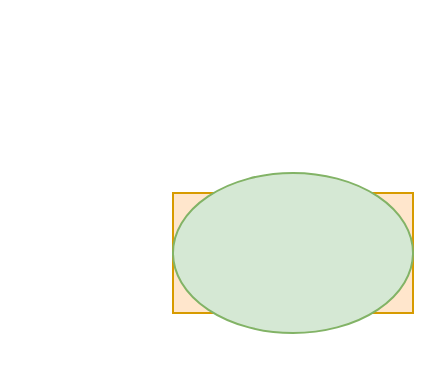
Before: FL安全.drawio in xsq13579/pic, a draw.io diagram. Source tidied: cells renumbered, new cells numbered last; positions are measured from the earlier drawing's top-left corner, leaving out a move shared by most shapes. Both pictures are drawn from the tidied source at 200%, with x=0, y=0 at pixel (172, 172).
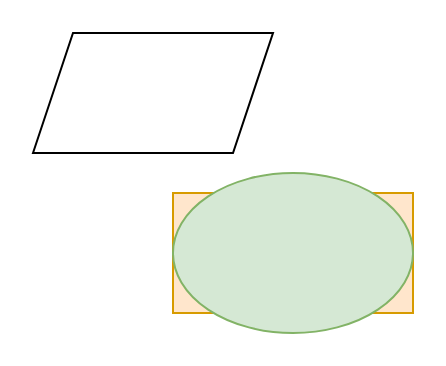
The same page after the edit.

The edit, as a diff of the source:
```diff
@@
 <mxGraphModel>
   <root>
     <mxCell id="0" />
     <mxCell id="1" parent="0" />
     <mxCell id="2" style="rounded=0;whiteSpace=wrap;html=1;fillColor=#ffe6cc;strokeColor=#d79b00;" parent="1" vertex="1">
       <mxGeometry y="10" width="120" height="60" as="geometry" />
     </mxCell>
     <mxCell id="3" style="ellipse;whiteSpace=wrap;html=1;fillColor=#d5e8d4;strokeColor=#82b366;" parent="1" vertex="1">
       <mxGeometry width="120" height="80" as="geometry" />
     </mxCell>
+    <mxCell id="4" style="shape=parallelogram;perimeter=parallelogramPerimeter;whiteSpace=wrap;html=1;fixedSize=1;" parent="1" vertex="1">
+      <mxGeometry x="-70" y="-70" width="120" height="60" as="geometry" />
+    </mxCell>
   </root>
 </mxGraphModel>
```
